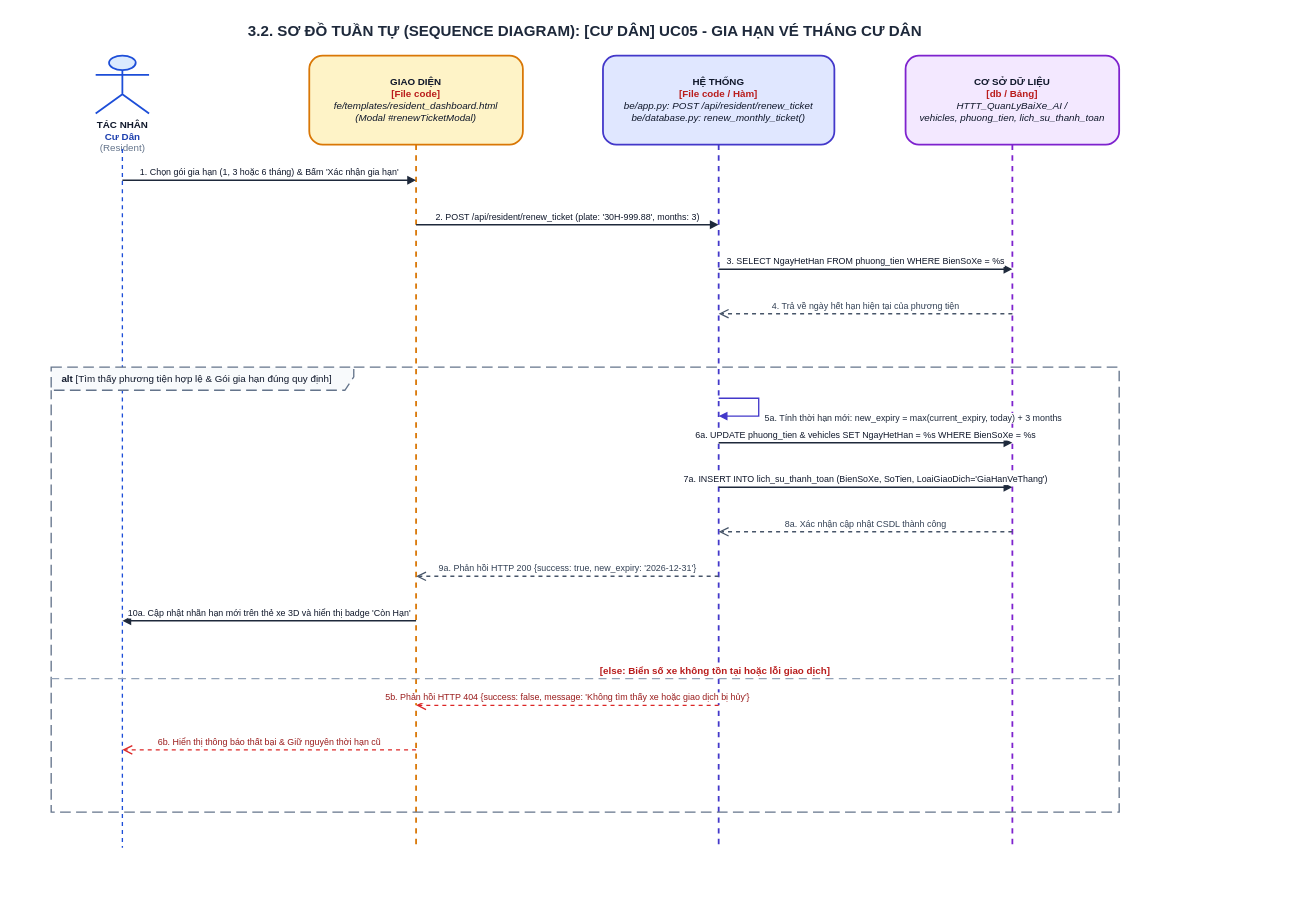
Earlier version of the draw.io diagram ongthanquoctruong_24CT2_cnpm/docs/drawio/uc05_resident_renew_pass.drawio (Truong027/CNPM24). Source tidied: cells renumbered, new cells numbered last; positions are measured from the earlier drawing's top-left corner, leaving out a move shared by most shapes. Both pictures are drawn from the tidied source at 89%, with x=0, y=0 at pixel (15, 15).
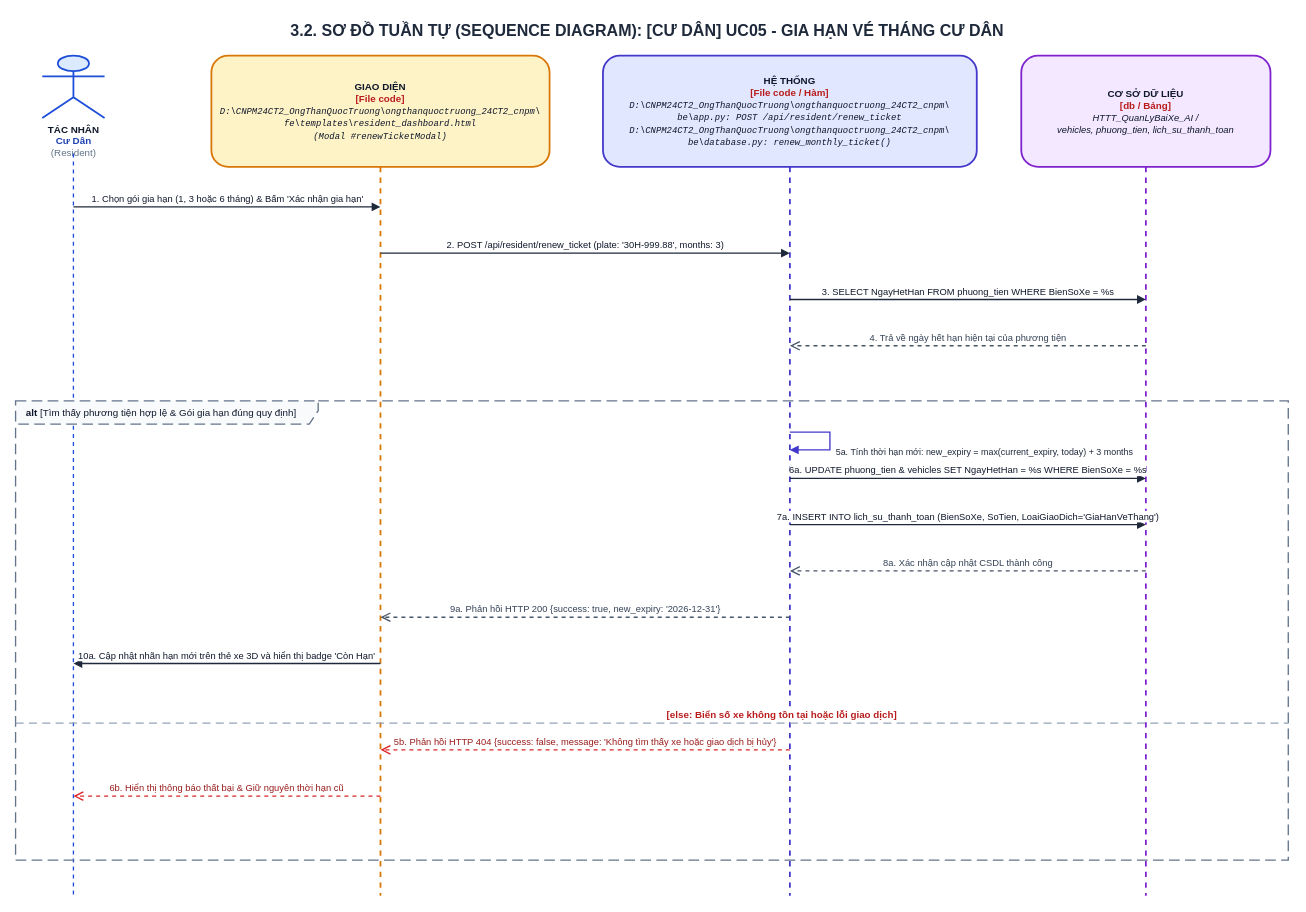
The same page after the edit.

What changed in the source:
```diff
@@
-    <mxCell id="2" value="&lt;b&gt;3.2. SƠ ĐỒ TUẦN TỰ (SEQUENCE DIAGRAM): [CƯ DÂN] UC05 - GIA HẠN VÉ THÁNG CƯ DÂN&lt;/b&gt;" style="text;html=1;strokeColor=none;fillColor=none;align=center;verticalAlign=middle;whiteSpace=wrap;rounded=0;fontSize=17;fontColor=#1E293B;fontStyle=1;" parent="1" vertex="1">
-      <mxGeometry width="1280" height="35" as="geometry" />
+    <mxCell id="2" value="&lt;b&gt;3.2. SƠ ĐỒ TUẦN TỰ (SEQUENCE DIAGRAM): [CƯ DÂN] UC05 - GIA HẠN VÉ THÁNG CƯ DÂN&lt;/b&gt;" style="text;html=1;strokeColor=none;fillColor=none;align=center;verticalAlign=middle;whiteSpace=wrap;rounded=0;fontSize=18;fontColor=#1E293B;fontStyle=1;" parent="1" vertex="1">
+      <mxGeometry width="1420" height="35" as="geometry" />
     </mxCell>
     <mxCell id="3" value="&lt;b&gt;TÁC NHÂN&lt;/b&gt;&lt;br/&gt;&lt;font color='#1E40AF'&gt;&lt;b&gt;Cư Dân&lt;/b&gt;&lt;/font&gt;&lt;br/&gt;&lt;font color='#64748B'&gt;(Resident)&lt;/font&gt;" style="shape=umlActor;verticalLabelPosition=bottom;verticalAlign=top;html=1;fillColor=#DBEAFE;strokeColor=#1D4ED8;strokeWidth=2;fontSize=11;fontColor=#0F172A;align=center;" parent="1" vertex="1">
-      <mxGeometry x="90" y="45" width="60" height="65" as="geometry" />
+      <mxGeometry x="30" y="45" width="70" height="70" as="geometry" />
     </mxCell>
     <mxCell id="4" style="endArrow=none;dashed=1;html=1;strokeWidth=1.5;strokeColor=#1D4ED8;" parent="1" edge="1">
       <mxGeometry relative="1" as="geometry">
-        <mxPoint x="120" y="150" as="sourcePoint" />
-        <mxPoint x="120" y="935" as="targetPoint" />
+        <mxPoint x="65" y="155" as="sourcePoint" />
+        <mxPoint x="65" y="989" as="targetPoint" />
       </mxGeometry>
     </mxCell>
-    <mxCell id="5" value="&lt;b&gt;GIAO DIỆN&lt;/b&gt;&lt;br/&gt;&lt;font color='#B91C1C'&gt;&lt;b&gt;[File code]&lt;/b&gt;&lt;/font&gt;&lt;br/&gt;&lt;i&gt;fe/templates/resident_dashboard.html&lt;br/&gt;(Modal #renewTicketModal)&lt;/i&gt;" style="shape=umlLifeline;perimeter=lifelinePerimeter;whiteSpace=wrap;html=1;size=100;fillColor=#FEF3C7;strokeColor=#D97706;strokeWidth=2;fontColor=#0F172A;rounded=1;shadow=0;fontSize=11;align=center;" parent="1" vertex="1">
-      <mxGeometry x="330" y="45" width="240" height="890" as="geometry" />
+    <mxCell id="5" value="&lt;b&gt;GIAO DIỆN&lt;/b&gt;&lt;br/&gt;&lt;font color='#B91C1C'&gt;&lt;b&gt;[File code]&lt;/b&gt;&lt;/font&gt;&lt;br/&gt;&lt;font style='font-size: 10px; font-family: Consolas, monospace;'&gt;&lt;i&gt;D:\CNPM24CT2_OngThanQuocTruong\ongthanquoctruong_24CT2_cnpm\&lt;br/&gt;fe\templates\resident_dashboard.html&lt;br/&gt;(Modal #renewTicketModal)&lt;/i&gt;&lt;/font&gt;" style="shape=umlLifeline;perimeter=lifelinePerimeter;whiteSpace=wrap;html=1;size=125;fillColor=#FEF3C7;strokeColor=#D97706;strokeWidth=2;fontColor=#0F172A;rounded=1;shadow=0;fontSize=11;align=center;" parent="1" vertex="1">
+      <mxGeometry x="220" y="45" width="380" height="944" as="geometry" />
     </mxCell>
-    <mxCell id="6" value="&lt;b&gt;HỆ THỐNG&lt;/b&gt;&lt;br/&gt;&lt;font color='#B91C1C'&gt;&lt;b&gt;[File code / Hàm]&lt;/b&gt;&lt;/font&gt;&lt;br/&gt;&lt;i&gt;be/app.py: POST /api/resident/renew_ticket&lt;br/&gt;be/database.py: renew_monthly_ticket()&lt;/i&gt;" style="shape=umlLifeline;perimeter=lifelinePerimeter;whiteSpace=wrap;html=1;size=100;fillColor=#E0E7FF;strokeColor=#4338CA;strokeWidth=2;fontColor=#0F172A;rounded=1;shadow=0;fontSize=11;align=center;" parent="1" vertex="1">
-      <mxGeometry x="660" y="45" width="260" height="890" as="geometry" />
+    <mxCell id="6" value="&lt;b&gt;HỆ THỐNG&lt;/b&gt;&lt;br/&gt;&lt;font color='#B91C1C'&gt;&lt;b&gt;[File code / Hàm]&lt;/b&gt;&lt;/font&gt;&lt;br/&gt;&lt;font style='font-size: 10px; font-family: Consolas, monospace;'&gt;&lt;i&gt;D:\CNPM24CT2_OngThanQuocTruong\ongthanquoctruong_24CT2_cnpm\&lt;br/&gt;be\app.py: POST /api/resident/renew_ticket&lt;br/&gt;D:\CNPM24CT2_OngThanQuocTruong\ongthanquoctruong_24CT2_cnpm\&lt;br/&gt;be\database.py: renew_monthly_ticket()&lt;/i&gt;&lt;/font&gt;" style="shape=umlLifeline;perimeter=lifelinePerimeter;whiteSpace=wrap;html=1;size=125;fillColor=#E0E7FF;strokeColor=#4338CA;strokeWidth=2;fontColor=#0F172A;rounded=1;shadow=0;fontSize=11;align=center;" parent="1" vertex="1">
+      <mxGeometry x="660" y="45" width="420" height="944" as="geometry" />
     </mxCell>
-    <mxCell id="7" value="&lt;b&gt;CƠ SỞ DỮ LIỆU&lt;/b&gt;&lt;br/&gt;&lt;font color='#B91C1C'&gt;&lt;b&gt;[db / Bảng]&lt;/b&gt;&lt;/font&gt;&lt;br/&gt;&lt;i&gt;HTTT_QuanLyBaiXe_AI /&lt;br/&gt;vehicles, phuong_tien, lich_su_thanh_toan&lt;/i&gt;" style="shape=umlLifeline;perimeter=lifelinePerimeter;whiteSpace=wrap;html=1;size=100;fillColor=#F3E8FF;strokeColor=#7E22CE;strokeWidth=2;fontColor=#0F172A;rounded=1;shadow=0;fontSize=11;align=center;" parent="1" vertex="1">
-      <mxGeometry x="1000" y="45" width="240" height="890" as="geometry" />
+    <mxCell id="7" value="&lt;b&gt;CƠ SỞ DỮ LIỆU&lt;/b&gt;&lt;br/&gt;&lt;font color='#B91C1C'&gt;&lt;b&gt;[db / Bảng]&lt;/b&gt;&lt;/font&gt;&lt;br/&gt;&lt;font style='font-size: 10.5px;'&gt;&lt;i&gt;HTTT_QuanLyBaiXe_AI /&lt;br/&gt;vehicles, phuong_tien, lich_su_thanh_toan&lt;/i&gt;&lt;/font&gt;" style="shape=umlLifeline;perimeter=lifelinePerimeter;whiteSpace=wrap;html=1;size=125;fillColor=#F3E8FF;strokeColor=#7E22CE;strokeWidth=2;fontColor=#0F172A;rounded=1;shadow=0;fontSize=11;align=center;" parent="1" vertex="1">
+      <mxGeometry x="1130" y="45" width="280" height="944" as="geometry" />
     </mxCell>
-    <mxCell id="8" value="1. Chọn gói gia hạn (1, 3 hoặc 6 tháng) &amp; Bấm 'Xác nhận gia hạn'" style="html=1;verticalAlign=bottom;endArrow=block;rounded=0;strokeColor=#1E293B;strokeWidth=1.5;fontColor=#0F172A;fontSize=10;" parent="1" edge="1">
+    <mxCell id="8" value="1. Chọn gói gia hạn (1, 3 hoặc 6 tháng) &amp; Bấm 'Xác nhận gia hạn'" style="html=1;verticalAlign=bottom;endArrow=block;rounded=0;strokeColor=#1E293B;strokeWidth=1.5;fontColor=#0F172A;fontSize=10.5;" parent="1" edge="1">
       <mxGeometry relative="1" as="geometry">
-        <mxPoint x="120" y="185" as="sourcePoint" />
-        <mxPoint x="450" y="185" as="targetPoint" />
+        <mxPoint x="65" y="215" as="sourcePoint" />
+        <mxPoint x="410" y="215" as="targetPoint" />
       </mxGeometry>
     </mxCell>
-    <mxCell id="9" value="2. POST /api/resident/renew_ticket (plate: '30H-999.88', months: 3)" style="html=1;verticalAlign=bottom;endArrow=block;rounded=0;strokeColor=#1E293B;strokeWidth=1.5;fontColor=#0F172A;fontSize=10;" parent="1" edge="1">
+    <mxCell id="9" value="2. POST /api/resident/renew_ticket (plate: '30H-999.88', months: 3)" style="html=1;verticalAlign=bottom;endArrow=block;rounded=0;strokeColor=#1E293B;strokeWidth=1.5;fontColor=#0F172A;fontSize=10.5;" parent="1" edge="1">
       <mxGeometry relative="1" as="geometry">
-        <mxPoint x="450" y="235" as="sourcePoint" />
-        <mxPoint x="790" y="235" as="targetPoint" />
+        <mxPoint x="410" y="267" as="sourcePoint" />
+        <mxPoint x="870" y="267" as="targetPoint" />
       </mxGeometry>
     </mxCell>
-    <mxCell id="10" value="3. SELECT NgayHetHan FROM phuong_tien WHERE BienSoXe = %s" style="html=1;verticalAlign=bottom;endArrow=block;rounded=0;strokeColor=#1E293B;strokeWidth=1.5;fontColor=#0F172A;fontSize=10;" parent="1" edge="1">
+    <mxCell id="10" value="3. SELECT NgayHetHan FROM phuong_tien WHERE BienSoXe = %s" style="html=1;verticalAlign=bottom;endArrow=block;rounded=0;strokeColor=#1E293B;strokeWidth=1.5;fontColor=#0F172A;fontSize=10.5;" parent="1" edge="1">
       <mxGeometry relative="1" as="geometry">
-        <mxPoint x="790" y="285" as="sourcePoint" />
-        <mxPoint x="1120" y="285" as="targetPoint" />
+        <mxPoint x="870" y="319" as="sourcePoint" />
+        <mxPoint x="1270" y="319" as="targetPoint" />
       </mxGeometry>
     </mxCell>
-    <mxCell id="11" value="4. Trả về ngày hết hạn hiện tại của phương tiện" style="html=1;verticalAlign=bottom;endArrow=open;dashed=1;endSize=8;rounded=0;strokeColor=#475569;strokeWidth=1.5;fontColor=#334155;fontSize=10;" parent="1" edge="1">
+    <mxCell id="11" value="4. Trả về ngày hết hạn hiện tại của phương tiện" style="html=1;verticalAlign=bottom;endArrow=open;dashed=1;endSize=8;rounded=0;strokeColor=#475569;strokeWidth=1.5;fontColor=#334155;fontSize=10.5;" parent="1" edge="1">
       <mxGeometry relative="1" as="geometry">
-        <mxPoint x="1120" y="335" as="sourcePoint" />
-        <mxPoint x="790" y="335" as="targetPoint" />
+        <mxPoint x="1270" y="371" as="sourcePoint" />
+        <mxPoint x="870" y="371" as="targetPoint" />
       </mxGeometry>
     </mxCell>
     <mxCell id="12" value="&lt;b&gt;alt&lt;/b&gt; [Tìm thấy phương tiện hợp lệ &amp; Gói gia hạn đúng quy định]" style="shape=umlFrame;whiteSpace=wrap;html=1;width=340;height=26;dashed=1;dashPattern=8 4;strokeColor=#64748B;fillColor=#F8FAFC;strokeWidth=1.5;align=left;spacingLeft=10;verticalAlign=top;fontStyle=0;fontSize=11;fontColor=#0F172A;" parent="1" vertex="1">
-      <mxGeometry x="40" y="395" width="1200" height="500" as="geometry" />
+      <mxGeometry y="433" width="1430" height="516" as="geometry" />
     </mxCell>
     <mxCell id="13" value="5a. Tính thời hạn mới: new_expiry = max(current_expiry, today) + 3 months" style="html=1;align=left;spacingLeft=5;verticalAlign=top;endArrow=block;rounded=0;edgeStyle=orthogonalEdgeStyle;curved=0;strokeColor=#4338CA;strokeWidth=1.5;fontColor=#1E293B;fontSize=10;" parent="1" edge="1">
       <mxGeometry relative="1" as="geometry">
-        <mxPoint x="790" y="430" as="sourcePoint" />
-        <mxPoint x="790" y="450" as="targetPoint" />
+        <mxPoint x="870" y="468" as="sourcePoint" />
+        <mxPoint x="870" y="488" as="targetPoint" />
         <Array as="points">
-          <mxPoint x="835" y="430" />
-          <mxPoint x="835" y="450" />
+          <mxPoint x="915" y="468" />
+          <mxPoint x="915" y="488" />
         </Array>
       </mxGeometry>
     </mxCell>
-    <mxCell id="14" value="6a. UPDATE phuong_tien &amp; vehicles SET NgayHetHan = %s WHERE BienSoXe = %s" style="html=1;verticalAlign=bottom;endArrow=block;rounded=0;strokeColor=#1E293B;strokeWidth=1.5;fontColor=#0F172A;fontSize=10;" parent="1" edge="1">
+    <mxCell id="14" value="6a. UPDATE phuong_tien &amp; vehicles SET NgayHetHan = %s WHERE BienSoXe = %s" style="html=1;verticalAlign=bottom;endArrow=block;rounded=0;strokeColor=#1E293B;strokeWidth=1.5;fontColor=#0F172A;fontSize=10.5;" parent="1" edge="1">
       <mxGeometry relative="1" as="geometry">
-        <mxPoint x="790" y="480" as="sourcePoint" />
-        <mxPoint x="1120" y="480" as="targetPoint" />
+        <mxPoint x="870" y="520" as="sourcePoint" />
+        <mxPoint x="1270" y="520" as="targetPoint" />
       </mxGeometry>
     </mxCell>
-    <mxCell id="15" value="7a. INSERT INTO lich_su_thanh_toan (BienSoXe, SoTien, LoaiGiaoDich='GiaHanVeThang')" style="html=1;verticalAlign=bottom;endArrow=block;rounded=0;strokeColor=#1E293B;strokeWidth=1.5;fontColor=#0F172A;fontSize=10;" parent="1" edge="1">
+    <mxCell id="15" value="7a. INSERT INTO lich_su_thanh_toan (BienSoXe, SoTien, LoaiGiaoDich='GiaHanVeThang')" style="html=1;verticalAlign=bottom;endArrow=block;rounded=0;strokeColor=#1E293B;strokeWidth=1.5;fontColor=#0F172A;fontSize=10.5;" parent="1" edge="1">
       <mxGeometry relative="1" as="geometry">
-        <mxPoint x="790" y="530" as="sourcePoint" />
-        <mxPoint x="1120" y="530" as="targetPoint" />
+        <mxPoint x="870" y="572" as="sourcePoint" />
+        <mxPoint x="1270" y="572" as="targetPoint" />
       </mxGeometry>
     </mxCell>
-    <mxCell id="16" value="8a. Xác nhận cập nhật CSDL thành công" style="html=1;verticalAlign=bottom;endArrow=open;dashed=1;endSize=8;rounded=0;strokeColor=#475569;strokeWidth=1.5;fontColor=#334155;fontSize=10;" parent="1" edge="1">
+    <mxCell id="16" value="8a. Xác nhận cập nhật CSDL thành công" style="html=1;verticalAlign=bottom;endArrow=open;dashed=1;endSize=8;rounded=0;strokeColor=#475569;strokeWidth=1.5;fontColor=#334155;fontSize=10.5;" parent="1" edge="1">
       <mxGeometry relative="1" as="geometry">
-        <mxPoint x="1120" y="580" as="sourcePoint" />
-        <mxPoint x="790" y="580" as="targetPoint" />
+        <mxPoint x="1270" y="624" as="sourcePoint" />
+        <mxPoint x="870" y="624" as="targetPoint" />
       </mxGeometry>
     </mxCell>
-    <mxCell id="17" value="9a. Phản hồi HTTP 200 {success: true, new_expiry: '2026-12-31'}" style="html=1;verticalAlign=bottom;endArrow=open;dashed=1;endSize=8;rounded=0;strokeColor=#475569;strokeWidth=1.5;fontColor=#334155;fontSize=10;" parent="1" edge="1">
+    <mxCell id="17" value="9a. Phản hồi HTTP 200 {success: true, new_expiry: '2026-12-31'}" style="html=1;verticalAlign=bottom;endArrow=open;dashed=1;endSize=8;rounded=0;strokeColor=#475569;strokeWidth=1.5;fontColor=#334155;fontSize=10.5;" parent="1" edge="1">
       <mxGeometry relative="1" as="geometry">
-        <mxPoint x="790" y="630" as="sourcePoint" />
-        <mxPoint x="450" y="630" as="targetPoint" />
+        <mxPoint x="870" y="676" as="sourcePoint" />
+        <mxPoint x="410" y="676" as="targetPoint" />
       </mxGeometry>
     </mxCell>
-    <mxCell id="18" value="10a. Cập nhật nhãn hạn mới trên thẻ xe 3D và hiển thị badge 'Còn Hạn'" style="html=1;verticalAlign=bottom;endArrow=block;rounded=0;strokeColor=#1E293B;strokeWidth=1.5;fontColor=#0F172A;fontSize=10;" parent="1" edge="1">
+    <mxCell id="18" value="10a. Cập nhật nhãn hạn mới trên thẻ xe 3D và hiển thị badge 'Còn Hạn'" style="html=1;verticalAlign=bottom;endArrow=block;rounded=0;strokeColor=#1E293B;strokeWidth=1.5;fontColor=#0F172A;fontSize=10.5;" parent="1" edge="1">
       <mxGeometry relative="1" as="geometry">
-        <mxPoint x="450" y="680" as="sourcePoint" />
-        <mxPoint x="120" y="680" as="targetPoint" />
+        <mxPoint x="410" y="728" as="sourcePoint" />
+        <mxPoint x="65" y="728" as="targetPoint" />
       </mxGeometry>
     </mxCell>
     <mxCell id="19" value="&lt;b&gt;[else: Biển số xe không tồn tại hoặc lỗi giao dịch]&lt;/b&gt;" style="html=1;strokeWidth=1.5;strokeColor=#94A3B8;dashed=1;dashPattern=6 4;endArrow=none;align=left;verticalAlign=bottom;spacingLeft=15;fontColor=#B91C1C;fontSize=11;fontStyle=0;" parent="1" edge="1">
       <mxGeometry relative="1" as="geometry">
-        <mxPoint x="40" y="745" as="sourcePoint" />
-        <mxPoint x="1240" y="745" as="targetPoint" />
+        <mxPoint y="795" as="sourcePoint" />
+        <mxPoint x="1430" y="795" as="targetPoint" />
       </mxGeometry>
     </mxCell>
-    <mxCell id="20" value="5b. Phản hồi HTTP 404 {success: false, message: 'Không tìm thấy xe hoặc giao dịch bị hủy'}" style="html=1;verticalAlign=bottom;endArrow=open;dashed=1;endSize=8;rounded=0;strokeColor=#DC2626;strokeWidth=1.5;fontColor=#991B1B;fontSize=10;" parent="1" edge="1">
+    <mxCell id="20" value="5b. Phản hồi HTTP 404 {success: false, message: 'Không tìm thấy xe hoặc giao dịch bị hủy'}" style="html=1;verticalAlign=bottom;endArrow=open;dashed=1;endSize=8;rounded=0;strokeColor=#DC2626;strokeWidth=1.5;fontColor=#991B1B;fontSize=10.5;" parent="1" edge="1">
       <mxGeometry relative="1" as="geometry">
-        <mxPoint x="790" y="775" as="sourcePoint" />
-        <mxPoint x="450" y="775" as="targetPoint" />
+        <mxPoint x="870" y="825" as="sourcePoint" />
+        <mxPoint x="410" y="825" as="targetPoint" />
       </mxGeometry>
     </mxCell>
-    <mxCell id="21" value="6b. Hiển thị thông báo thất bại &amp; Giữ nguyên thời hạn cũ" style="html=1;verticalAlign=bottom;endArrow=open;dashed=1;endSize=8;rounded=0;strokeColor=#DC2626;strokeWidth=1.5;fontColor=#991B1B;fontSize=10;" parent="1" edge="1">
+    <mxCell id="21" value="6b. Hiển thị thông báo thất bại &amp; Giữ nguyên thời hạn cũ" style="html=1;verticalAlign=bottom;endArrow=open;dashed=1;endSize=8;rounded=0;strokeColor=#DC2626;strokeWidth=1.5;fontColor=#991B1B;fontSize=10.5;" parent="1" edge="1">
       <mxGeometry relative="1" as="geometry">
-        <mxPoint x="450" y="825" as="sourcePoint" />
-        <mxPoint x="120" y="825" as="targetPoint" />
+        <mxPoint x="410" y="877" as="sourcePoint" />
+        <mxPoint x="65" y="877" as="targetPoint" />
       </mxGeometry>
     </mxCell>
```
